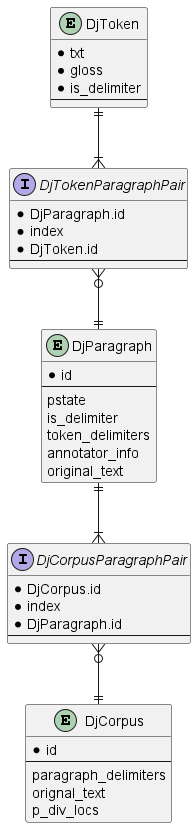
Above: docs/design/images/er_dj_serializables.png in parkchamchi/GlossySnake (PlantUML), before the change. Source of this version:
```plantuml
@startuml

entity DjToken {
	* txt
	* gloss
	* is_delimiter
	--
}

entity DjParagraph {
	* id
	--
	pstate
	is_delimiter
	token_delimiters
	annotator_info
	original_text
}

interface DjTokenParagraphPair {
	* DjParagraph.id
	* index
	* DjToken.id
	--
}
DjToken ||--|{ DjTokenParagraphPair
DjTokenParagraphPair }o--|| DjParagraph

entity DjCorpus {
	* id
	--
	paragraph_delimiters
	orignal_text
	p_div_locs
}

interface DjCorpusParagraphPair {
	* DjCorpus.id
	* index
	* DjParagraph.id
	--
}
DjParagraph ||--|{ DjCorpusParagraphPair
DjCorpusParagraphPair }o--|| DjCorpus

@enduml
```
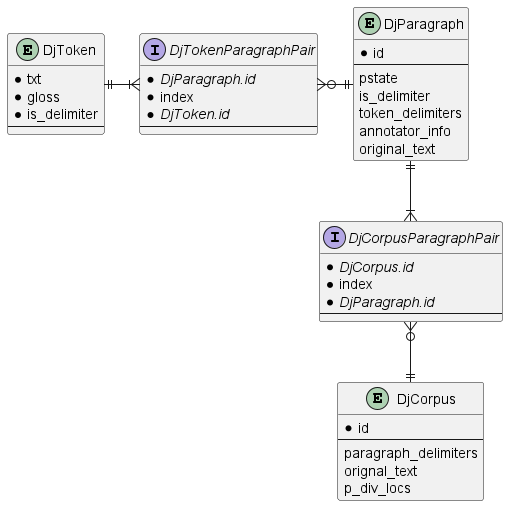
After the change.

Diff of the diagram source:
```diff
@@ -18,13 +18,13 @@
 }
 
 interface DjTokenParagraphPair {
-	* DjParagraph.id
+	* //DjParagraph.id//
 	* index
-	* DjToken.id
+	* //DjToken.id//
 	--
 }
-DjToken ||--|{ DjTokenParagraphPair
-DjTokenParagraphPair }o--|| DjParagraph
+DjToken ||-right-|{ DjTokenParagraphPair
+DjTokenParagraphPair }o-right-|| DjParagraph
 
 entity DjCorpus {
 	* id
@@ -35,9 +35,9 @@
 }
 
 interface DjCorpusParagraphPair {
-	* DjCorpus.id
+	* //DjCorpus.id//
 	* index
-	* DjParagraph.id
+	* //DjParagraph.id//
 	--
 }
 DjParagraph ||--|{ DjCorpusParagraphPair
```
